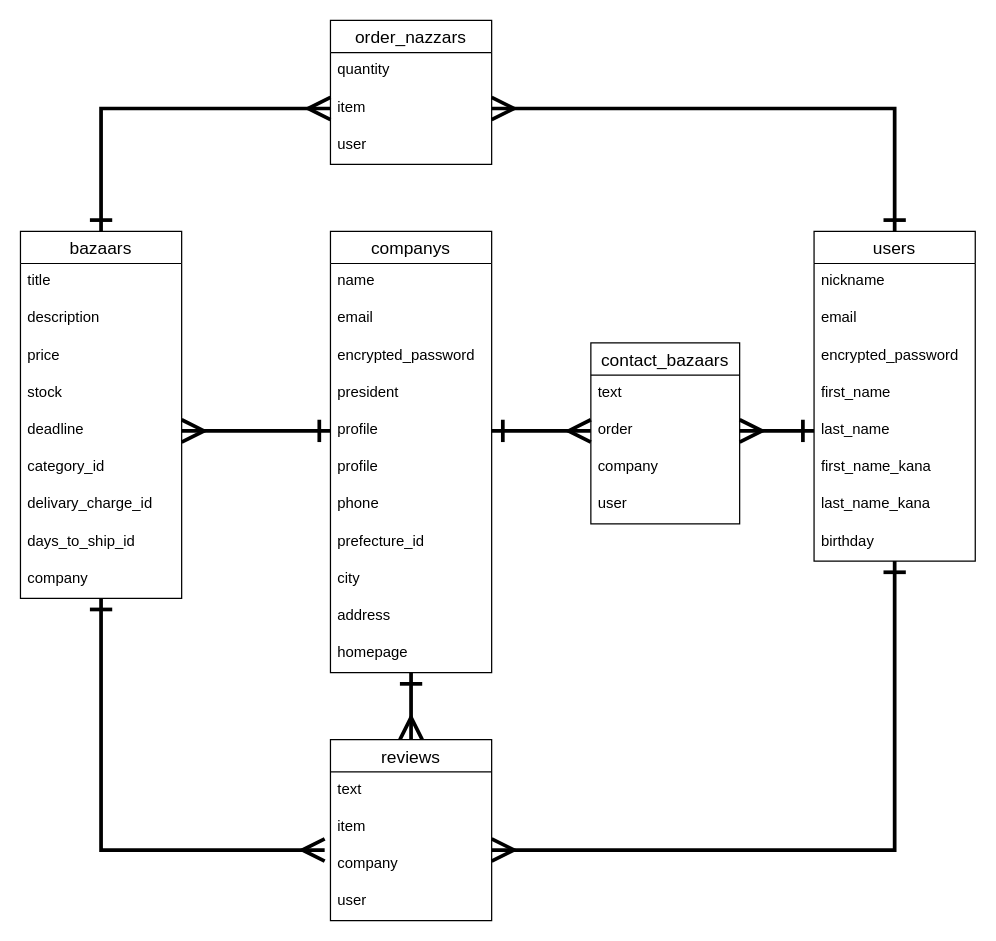
Sashimi0343/losstop keeps this draw.io diagram as DB_ER_Buzaar.dio. Above is the earlier version. Source tidied: cells renumbered, new cells numbered last; positions are measured from the earlier drawing's top-left corner, leaving out a move shared by most shapes. Both pictures are drawn from the tidied source at 124%, with x=0, y=0 at pixel (20, 20).
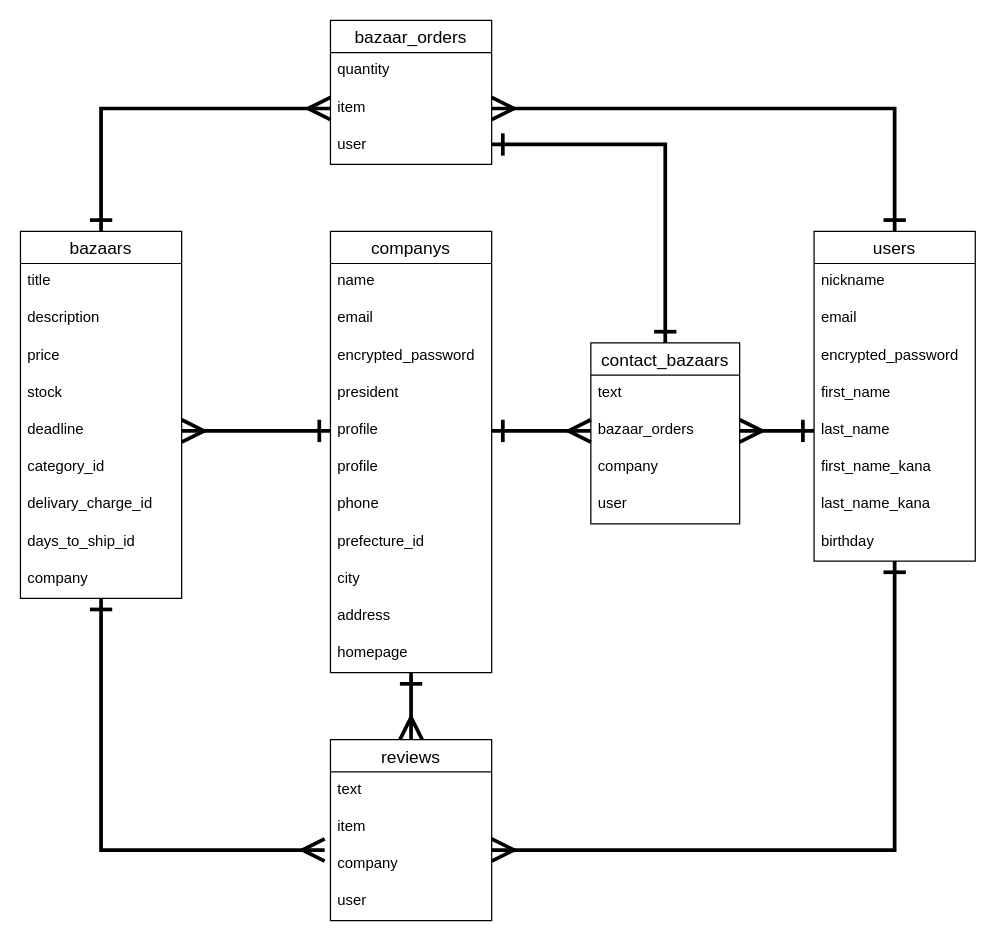
The same page after the edit.

Unchanged cells that the change refers to:
```xml
<mxCell id="15" value="contact_bazaars" style="swimlane;fontStyle=0;horizontal=1;startSize=26;align=center;fontSize=14;" parent="1" vertex="1">
  <mxGeometry x="460" y="260" width="120" height="146" as="geometry" />
</mxCell>
```

Diff of the diagram source:
```diff
@@
-    <mxCell id="17" value="order" style="text;strokeColor=none;fillColor=none;spacingLeft=4;spacingRight=4;overflow=hidden;points=[[0,0.5],[1,0.5]];portConstraint=eastwest;fontSize=12;" parent="15" vertex="1">
+    <mxCell id="17" value="bazaar_orders" style="text;strokeColor=none;fillColor=none;spacingLeft=4;spacingRight=4;overflow=hidden;points=[[0,0.5],[1,0.5]];portConstraint=eastwest;fontSize=12;" parent="15" vertex="1">
       <mxGeometry y="56" width="120" height="30" as="geometry" />
     </mxCell>
@@
+    <mxCell id="55" style="edgeStyle=orthogonalEdgeStyle;rounded=0;jettySize=auto;html=1;entryX=0.5;entryY=0;entryDx=0;entryDy=0;startArrow=ERone;startFill=0;endArrow=ERone;endFill=0;strokeWidth=3;endSize=14;startSize=14;" parent="1" edge="1" source="36" target="15">
+      <mxGeometry relative="1" as="geometry">
+        <Array as="points">
+          <mxPoint x="520" y="100" />
+        </Array>
+      </mxGeometry>
+    </mxCell>
-    <mxCell id="36" value="order_nazzars" style="swimlane;fontStyle=0;horizontal=1;startSize=26;align=center;fontSize=14;" parent="1" vertex="1">
+    <mxCell id="36" value="bazaar_orders" style="swimlane;fontStyle=0;horizontal=1;startSize=26;align=center;fontSize=14;" parent="1" vertex="1">
       <mxGeometry x="250" width="130" height="116" as="geometry" />
     </mxCell>
```
